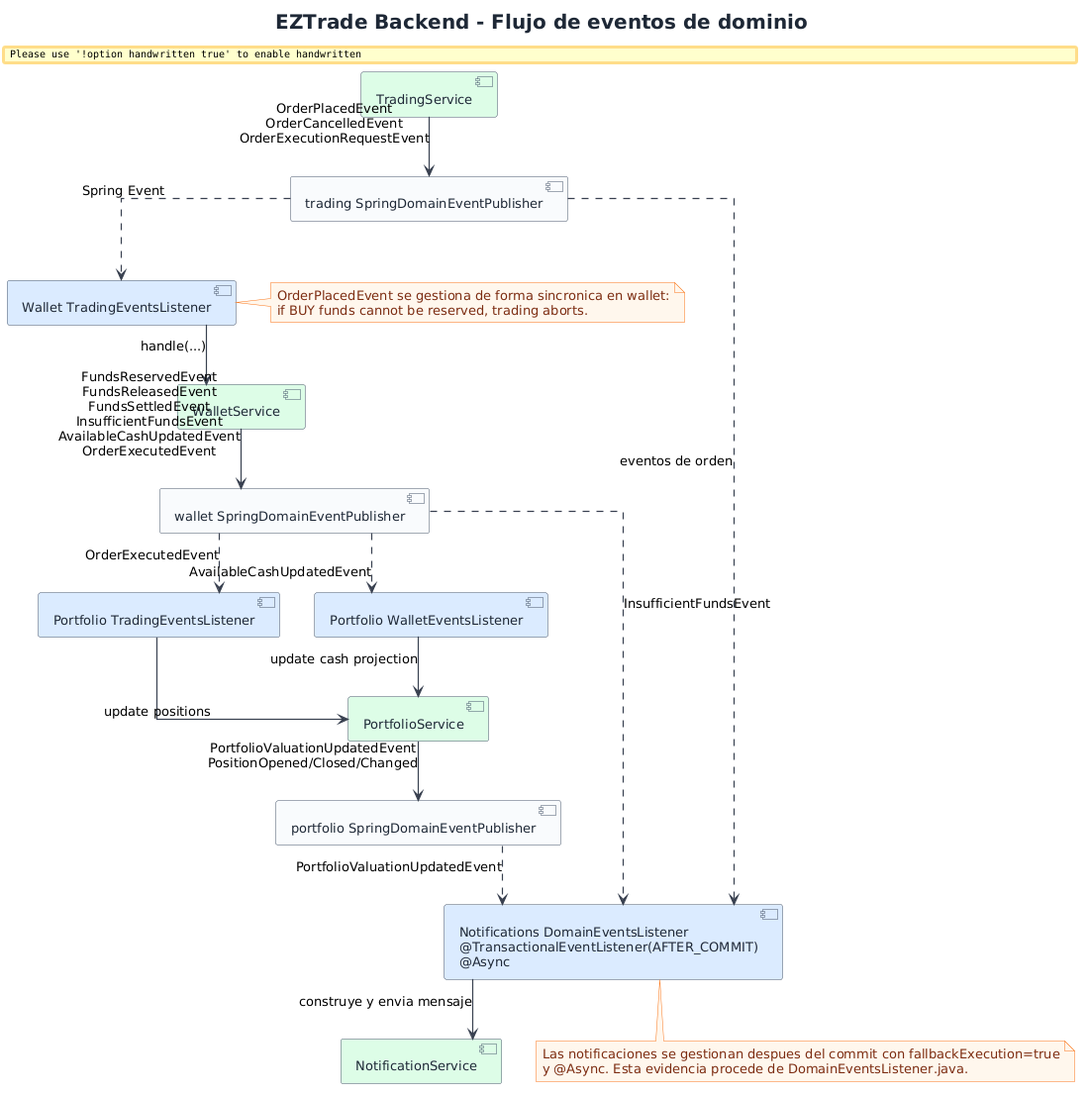
SergioGarciaRuiz557/EZTrade keeps this PlantUML diagram as EZTrade/docs/engineering-diagrams/02-backend/rendered/backend-event-flow.png. Above is the earlier version.
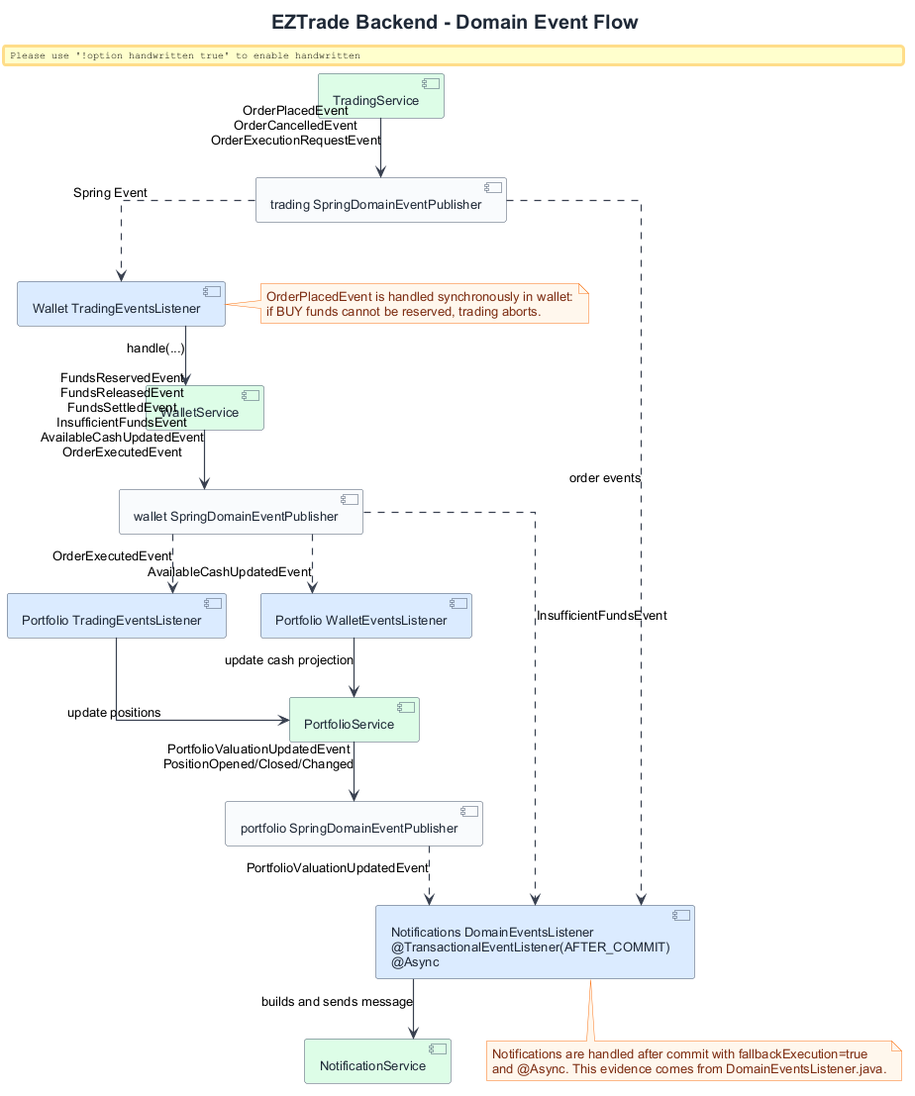
Later version of the same file.

What changed in the source:
```diff
@@ -1,7 +1,7 @@
 @startuml
 !include ../../common/eztrade-style.puml
 
-title EZTrade Backend - Flujo de eventos de dominio
+title EZTrade Backend - Domain Event Flow
 
 component "TradingService" as Trading EZ_BACKEND
 component "trading SpringDomainEventPublisher" as TradingPublisher
@@ -26,19 +26,19 @@
 PortfolioWalletListener --> Portfolio : update cash projection
 
 Portfolio --> PortfolioPublisher : PortfolioValuationUpdatedEvent\nPositionOpened/Closed/Changed
-TradingPublisher ..> NotificationsListener : eventos de orden
+TradingPublisher ..> NotificationsListener : order events
 WalletPublisher ..> NotificationsListener : InsufficientFundsEvent
 PortfolioPublisher ..> NotificationsListener : PortfolioValuationUpdatedEvent
-NotificationsListener --> Notifications : construye y envia mensaje
+NotificationsListener --> Notifications : builds and sends message
 
 note right of WalletListener
-OrderPlacedEvent se gestiona de forma sincronica en wallet:
+OrderPlacedEvent is handled synchronously in wallet:
 if BUY funds cannot be reserved, trading aborts.
 end note
 
 note bottom of NotificationsListener
-Las notificaciones se gestionan despues del commit con fallbackExecution=true
-y @Async. Esta evidencia procede de DomainEventsListener.java.
+Notifications are handled after commit with fallbackExecution=true
+and @Async. This evidence comes from DomainEventsListener.java.
 end note
 
 @enduml
```
